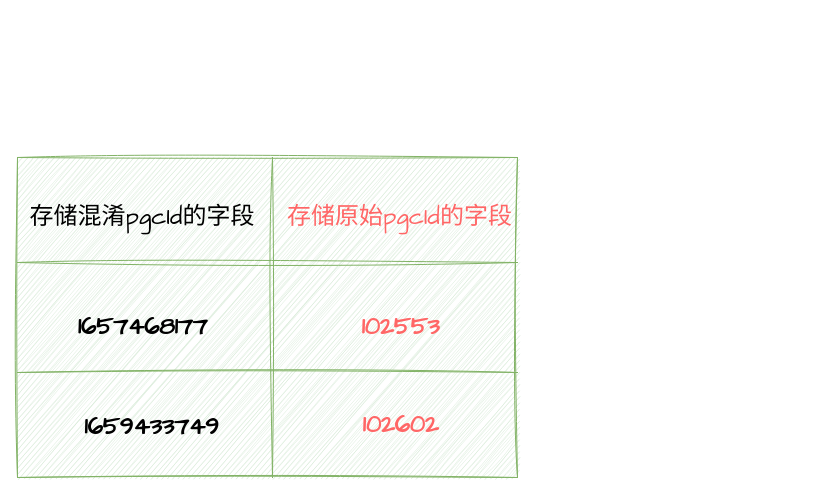
This is pictures/混淆后的pgcId的双写改造.drawio from dimdark/my-drawio, a draw.io file, before an edit. Source tidied: cells renumbered, new cells numbered last; positions are measured from the earlier drawing's top-left corner, leaving out a move shared by most shapes. Both pictures are drawn from the tidied source at 100%, with x=0, y=0 at pixel (17, 157).
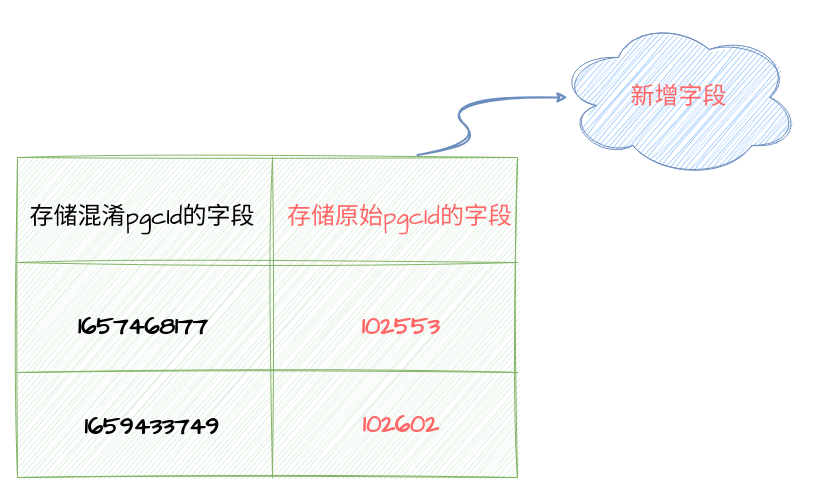
The same page after the edit.

Commit message (it also covers changes not shown here):
更新混淆后的pgcId的双写改造.drawio

Diff of the diagram source:
```diff
@@
 <mxGraphModel>
   <root>
     <mxCell id="0" />
     <mxCell id="1" parent="0" />
     <mxCell id="2" style="rounded=0;whiteSpace=wrap;html=1;sketch=1;hachureGap=4;jiggle=2;fontFamily=Architects Daughter;fontSize=20;fillColor=#d5e8d4;strokeColor=#82b366;" parent="1" vertex="1">
       <mxGeometry width="500" height="320" as="geometry" />
     </mxCell>
     <mxCell id="3" style="line;strokeWidth=1;direction=south;html=1;sketch=1;hachureGap=4;jiggle=2;fontFamily=Architects Daughter;fontSize=20;strokeColor=#82b366;fillColor=#d5e8d4;" parent="1" vertex="1">
       <mxGeometry x="250" width="10" height="320" as="geometry" />
     </mxCell>
     <mxCell id="4" style="line;strokeWidth=1;html=1;perimeter=backbonePerimeter;sketch=1;hachureGap=4;jiggle=2;fontFamily=Architects Daughter;fontSize=20;strokeColor=#82b366;fillColor=#d5e8d4;" parent="1" vertex="1">
       <mxGeometry y="100" width="500" height="10" as="geometry" />
     </mxCell>
     <mxCell id="5" value="&lt;font style=&quot;font-size: 24px;&quot;&gt;存储混淆pgcId的字段&lt;/font&gt;" style="text;html=1;strokeColor=none;fillColor=none;align=center;verticalAlign=middle;whiteSpace=wrap;rounded=0;sketch=1;hachureGap=4;jiggle=2;strokeWidth=1;fontFamily=Architects Daughter;fontSize=20;" parent="1" vertex="1">
       <mxGeometry x="10" y="30" width="230" height="60" as="geometry" />
     </mxCell>
     <mxCell id="6" value="&lt;font color=&quot;#ff6666&quot; style=&quot;font-size: 24px;&quot;&gt;存储原始pgcId的字段&lt;/font&gt;" style="text;html=1;strokeColor=none;fillColor=none;align=center;verticalAlign=middle;whiteSpace=wrap;rounded=0;sketch=1;hachureGap=4;jiggle=2;strokeWidth=1;fontFamily=Architects Daughter;fontSize=20;" parent="1" vertex="1">
       <mxGeometry x="265" y="30" width="235" height="60" as="geometry" />
     </mxCell>
     <mxCell id="7" style="line;strokeWidth=1;html=1;perimeter=backbonePerimeter;sketch=1;hachureGap=4;jiggle=2;fontFamily=Architects Daughter;fontSize=20;strokeColor=#82b366;fillColor=#d5e8d4;" parent="1" vertex="1">
       <mxGeometry y="210" width="500" height="10" as="geometry" />
     </mxCell>
     <mxCell id="8" value="&lt;font color=&quot;#ff6666&quot;&gt;102553&lt;/font&gt;" style="text;strokeColor=none;fillColor=none;html=1;fontSize=24;fontStyle=1;verticalAlign=middle;align=center;sketch=1;hachureGap=4;jiggle=2;strokeWidth=1;fontFamily=Architects Daughter;" parent="1" vertex="1">
       <mxGeometry x="332.5" y="150" width="100" height="40" as="geometry" />
     </mxCell>
     <mxCell id="9" value="&lt;font color=&quot;#ff6666&quot;&gt;102602&lt;/font&gt;" style="text;strokeColor=none;fillColor=none;html=1;fontSize=24;fontStyle=1;verticalAlign=middle;align=center;sketch=1;hachureGap=4;jiggle=2;strokeWidth=1;fontFamily=Architects Daughter;" parent="1" vertex="1">
       <mxGeometry x="332.5" y="247.5" width="100" height="40" as="geometry" />
     </mxCell>
     <mxCell id="10" value="1659433749" style="text;strokeColor=none;fillColor=none;html=1;fontSize=24;fontStyle=1;verticalAlign=middle;align=center;sketch=1;hachureGap=4;jiggle=2;strokeWidth=1;fontFamily=Architects Daughter;" parent="1" vertex="1">
       <mxGeometry x="74" y="247.5" width="120" height="45" as="geometry" />
     </mxCell>
     <mxCell id="11" value="1657468177" style="text;strokeColor=none;fillColor=none;html=1;fontSize=24;fontStyle=1;verticalAlign=middle;align=center;sketch=1;hachureGap=4;jiggle=2;strokeWidth=1;fontFamily=Architects Daughter;" parent="1" vertex="1">
       <mxGeometry x="75" y="150" width="100" height="40" as="geometry" />
     </mxCell>
+    <mxCell id="12" value="&lt;font color=&quot;#ff6666&quot;&gt;新增字段&lt;/font&gt;" style="ellipse;shape=cloud;whiteSpace=wrap;html=1;sketch=1;hachureGap=4;jiggle=2;strokeColor=#6c8ebf;strokeWidth=1;fontFamily=Architects Daughter;fontSize=24;fillColor=#83BBFC;" parent="1" vertex="1">
+      <mxGeometry x="540" y="-140" width="243" height="160" as="geometry" />
+    </mxCell>
+    <mxCell id="13" style="curved=1;endArrow=classic;html=1;rounded=0;sketch=1;hachureGap=4;jiggle=2;fontFamily=Architects Daughter;fontSize=24;fontColor=#FF6666;exitX=0.8;exitY=-0.008;exitDx=0;exitDy=0;exitPerimeter=0;strokeWidth=2;fillColor=#dae8fc;strokeColor=#6c8ebf;shadow=0;" parent="1" edge="1" source="2">
+      <mxGeometry relative="1" as="geometry">
+        <mxPoint x="550" y="-60" as="targetPoint" />
+        <Array as="points">
+          <mxPoint x="470" y="-10" />
+          <mxPoint x="420" y="-60" />
+        </Array>
+      </mxGeometry>
+    </mxCell>
   </root>
 </mxGraphModel>
```
